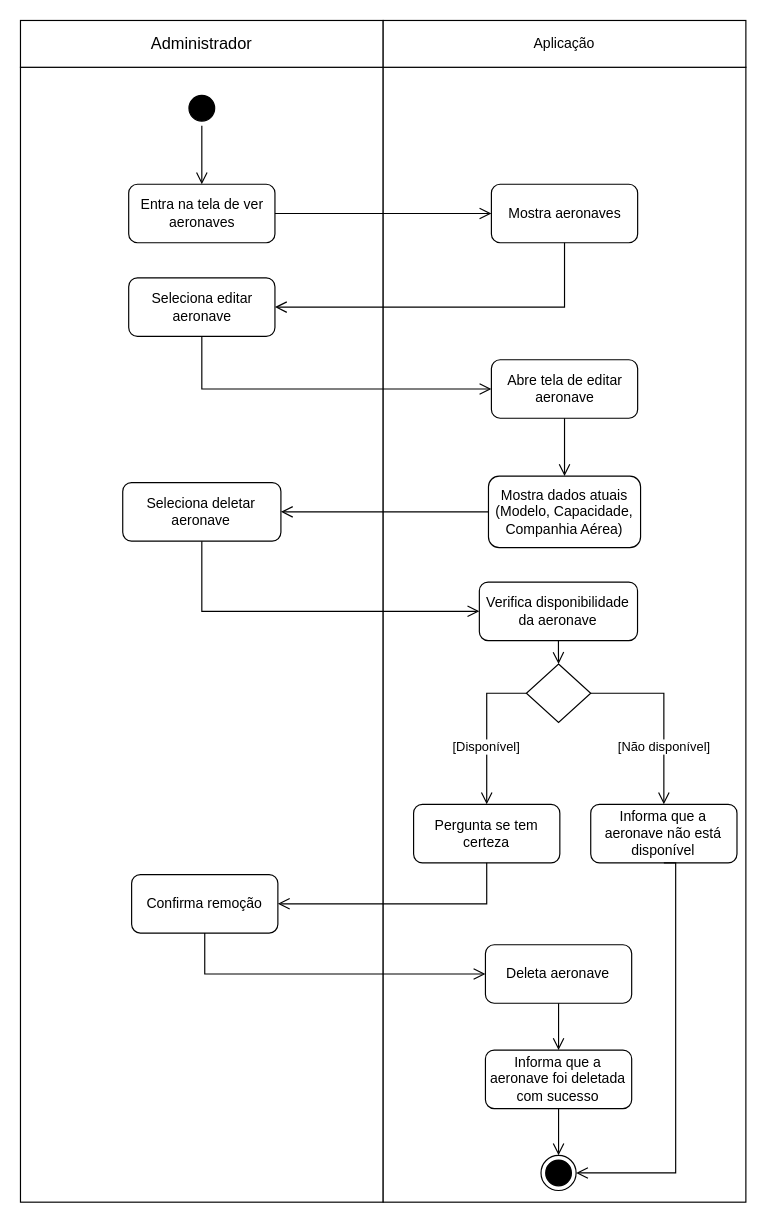
Above: Diagramas/Eng_de_Software/Modelos/Atividade/Delete_Aeronave.drawio in GabrielGMori/trabalho-conclus-o-ano (draw.io), before the change. Source tidied: cells renumbered, new cells numbered last; positions are measured from the earlier drawing's top-left corner, leaving out a move shared by most shapes. Both pictures are drawn from the tidied source at 117%, with x=0, y=0 at pixel (20, 20).
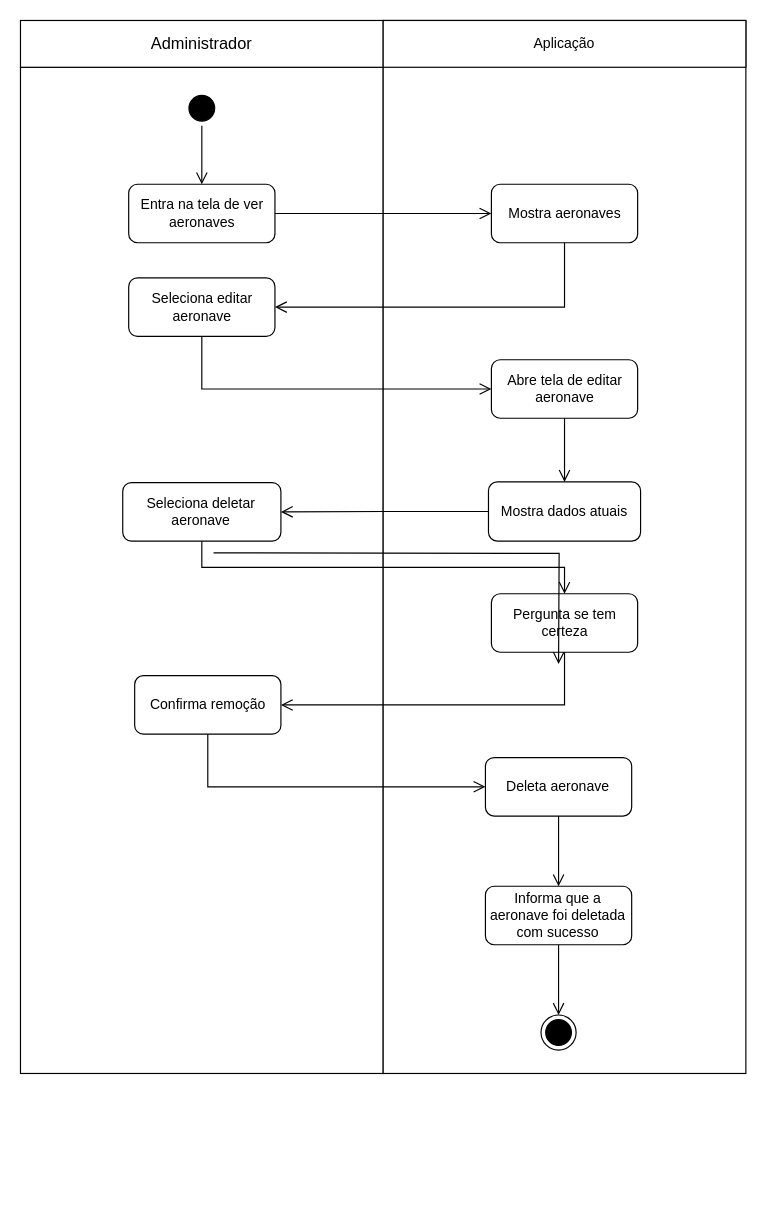
Above is the later version.

Unchanged cells that the change refers to:
```xml
<mxCell id="10" value="Seleciona deletar aeronave" style="rounded=1;whiteSpace=wrap;html=1;" parent="1" vertex="1">
  <mxGeometry x="87.4" y="395" width="135.2" height="50" as="geometry" />
</mxCell>
```

The edit, as a diff of the source:
```diff
@@
     <mxCell id="2" style="rounded=0;whiteSpace=wrap;html=1;" parent="1" vertex="1">
-      <mxGeometry y="40" width="310" height="970" as="geometry" />
+      <mxGeometry y="40" width="310" height="860" as="geometry" />
     </mxCell>
     <mxCell id="3" style="rounded=0;whiteSpace=wrap;html=1;" parent="1" vertex="1">
-      <mxGeometry x="310" y="40" width="310" height="970" as="geometry" />
+      <mxGeometry x="310" width="310" height="900" as="geometry" />
     </mxCell>
@@
-    <mxCell id="9" value="Mostra dados atuais (Modelo, Capacidade, Companhia Aérea)" style="rounded=1;whiteSpace=wrap;html=1;" parent="1" vertex="1">
-      <mxGeometry x="400" y="389.4" width="130" height="61.2" as="geometry" />
+    <mxCell id="9" value="Mostra dados atuais" style="rounded=1;whiteSpace=wrap;html=1;" parent="1" vertex="1">
+      <mxGeometry x="400" y="394.4" width="130" height="50.6" as="geometry" />
     </mxCell>
@@
     <mxCell id="12" value="Deleta aeronave" style="rounded=1;whiteSpace=wrap;html=1;" parent="1" vertex="1">
-      <mxGeometry x="397.4" y="790" width="125" height="50" as="geometry" />
+      <mxGeometry x="397.4" y="630" width="125" height="50" as="geometry" />
     </mxCell>
     <mxCell id="13" value="&lt;div&gt;Informa que a aeronave foi deletada com sucesso&lt;br&gt;&lt;/div&gt;" style="rounded=1;whiteSpace=wrap;html=1;" parent="1" vertex="1">
-      <mxGeometry x="397.4" y="880" width="125" height="50" as="geometry" />
+      <mxGeometry x="397.4" y="740" width="125" height="50" as="geometry" />
     </mxCell>
@@
     <mxCell id="15" style="ellipse;html=1;shape=endState;fillColor=#000000;strokeColor=#000000;" parent="1" vertex="1">
-      <mxGeometry x="444.9" y="970" width="30" height="30" as="geometry" />
+      <mxGeometry x="444.9" y="850" width="30" height="30" as="geometry" />
     </mxCell>
@@
-    <mxCell id="24" value="Verifica disponibilidade da aeronave" style="rounded=1;whiteSpace=wrap;html=1;" parent="1" vertex="1">
-      <mxGeometry x="392.2" y="480" width="135.2" height="50" as="geometry" />
-    </mxCell>
-    <mxCell id="25" style="edgeStyle=orthogonalEdgeStyle;html=1;verticalAlign=bottom;endArrow=open;endSize=8;strokeColor=#000000;rounded=0;entryX=0;entryY=0.5;entryDx=0;entryDy=0;exitX=0.5;exitY=1;exitDx=0;exitDy=0;" parent="1" edge="1" source="10" target="24">
+    <mxCell id="25" style="edgeStyle=orthogonalEdgeStyle;html=1;verticalAlign=bottom;endArrow=open;endSize=8;strokeColor=#000000;rounded=0;entryX=0.5;entryY=0;entryDx=0;entryDy=0;exitX=0.5;exitY=1;exitDx=0;exitDy=0;" parent="1" edge="1" source="10" target="27">
       <mxGeometry relative="1" as="geometry" />
     </mxCell>
     <mxCell id="26" value="Confirma remoção" style="rounded=1;whiteSpace=wrap;html=1;" parent="1" vertex="1">
-      <mxGeometry x="95" y="730" width="125" height="50" as="geometry" />
+      <mxGeometry x="97.6" y="560" width="125" height="50" as="geometry" />
     </mxCell>
     <mxCell id="27" value="Pergunta se tem certeza" style="rounded=1;whiteSpace=wrap;html=1;" parent="1" vertex="1">
-      <mxGeometry x="336" y="670" width="125" height="50" as="geometry" />
+      <mxGeometry x="402.5" y="490" width="125" height="50" as="geometry" />
     </mxCell>
@@
-    <mxCell id="30" style="rhombus;whiteSpace=wrap;html=1;" parent="1" vertex="1">
-      <mxGeometry x="432.4" y="550" width="55" height="50" as="geometry" />
-    </mxCell>
-    <mxCell id="31" style="edgeStyle=orthogonalEdgeStyle;html=1;verticalAlign=bottom;endArrow=open;endSize=8;strokeColor=#000000;rounded=0;entryX=0.5;entryY=0;entryDx=0;entryDy=0;exitX=1;exitY=0.5;exitDx=0;exitDy=0;" parent="1" edge="1" source="30" target="35">
-      <mxGeometry relative="1" as="geometry">
-        <Array as="points">
-          <mxPoint x="550" y="575" />
-        </Array>
-      </mxGeometry>
-    </mxCell>
-    <mxCell id="32" style="edgeStyle=orthogonalEdgeStyle;html=1;verticalAlign=bottom;endArrow=open;endSize=8;strokeColor=#000000;rounded=0;entryX=0.5;entryY=0;entryDx=0;entryDy=0;exitX=0;exitY=0.5;exitDx=0;exitDy=0;" parent="1" edge="1" source="30" target="27">
-      <mxGeometry relative="1" as="geometry" />
-    </mxCell>
-    <mxCell id="33" value="[Disponível]" style="edgeLabel;html=1;align=center;verticalAlign=middle;" parent="32" vertex="1">
-      <mxGeometry x="-0.35" y="-2" relative="1" as="geometry">
-        <mxPoint x="1" y="37" as="offset" />
-      </mxGeometry>
-    </mxCell>
-    <mxCell id="34" style="edgeStyle=orthogonalEdgeStyle;html=1;verticalAlign=bottom;endArrow=open;endSize=8;strokeColor=#000000;rounded=0;entryX=0.5;entryY=0;entryDx=0;entryDy=0;exitX=0.5;exitY=1;exitDx=0;exitDy=0;" parent="1" edge="1" source="24" target="30">
-      <mxGeometry relative="1" as="geometry" />
+    <mxCell id="34" style="edgeStyle=orthogonalEdgeStyle;html=1;verticalAlign=bottom;endArrow=open;endSize=8;strokeColor=#000000;rounded=0;entryX=0.5;entryY=0;entryDx=0;entryDy=0;exitX=0.5;exitY=1;exitDx=0;exitDy=0;" parent="1" edge="1">
+      <mxGeometry relative="1" as="geometry">
+        <mxPoint x="165" y="455" as="sourcePoint" />
+        <mxPoint x="459.9" y="550" as="targetPoint" />
+      </mxGeometry>
     </mxCell>
-    <mxCell id="35" value="Informa que a aeronave não está disponível" style="rounded=1;whiteSpace=wrap;html=1;" parent="1" vertex="1">
-      <mxGeometry x="487.4" y="670" width="125" height="50" as="geometry" />
-    </mxCell>
-    <mxCell id="36" value="[Não disponível]" style="edgeLabel;html=1;align=center;verticalAlign=middle;" parent="1" vertex="1">
-      <mxGeometry x="549.9" y="620" as="geometry" />
-    </mxCell>
-    <mxCell id="37" style="edgeStyle=orthogonalEdgeStyle;html=1;verticalAlign=bottom;endArrow=open;endSize=8;strokeColor=#000000;rounded=0;entryX=1;entryY=0.5;entryDx=0;entryDy=0;exitX=0.5;exitY=1;exitDx=0;exitDy=0;" parent="1" edge="1" source="35" target="15">
-      <mxGeometry relative="1" as="geometry">
-        <Array as="points">
-          <mxPoint x="560" y="720" />
-          <mxPoint x="560" y="985" />
-        </Array>
-      </mxGeometry>
-    </mxCell>
```
